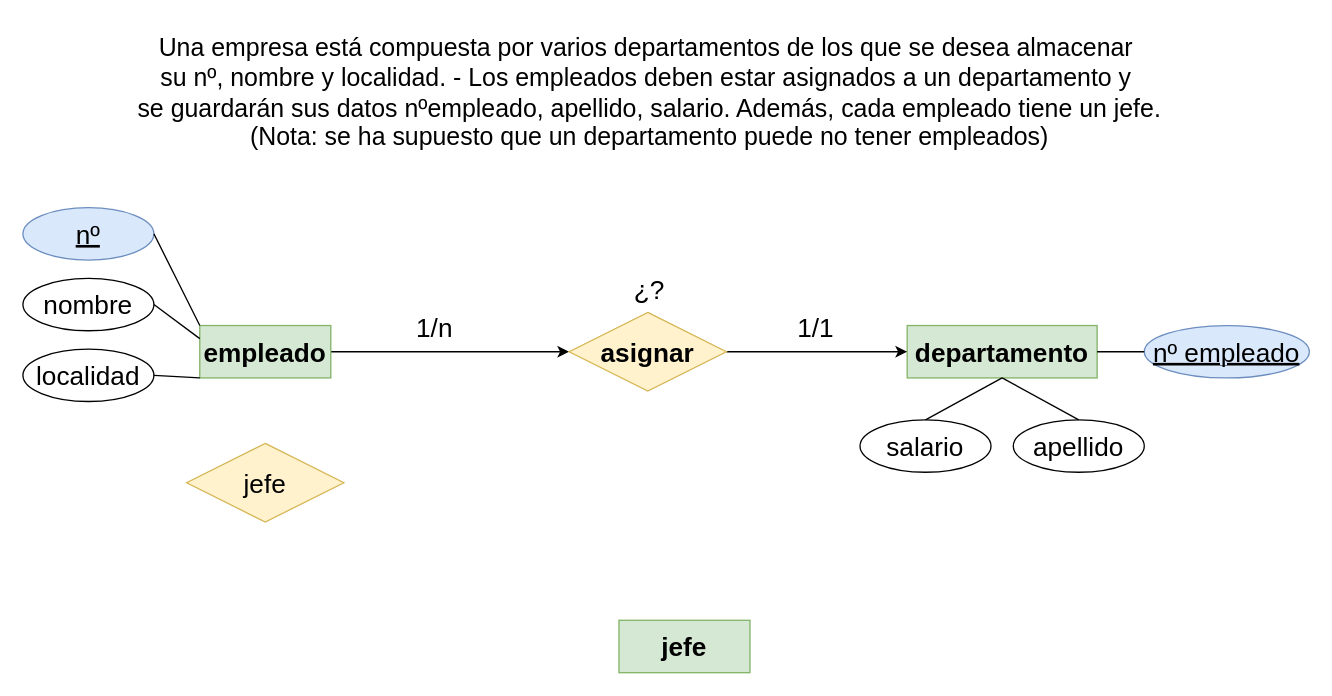
The draw.io diagram page "EJE-6" (6 of 8) of Tareas/Tema 2/Tarea 1/Ejercicio1.drawio in JCarlosAR032/base-de-datos, before the edit. Source tidied: cells renumbered, new cells numbered last; positions are measured from the earlier drawing's top-left corner, leaving out a move shared by most shapes. Both pictures are drawn from the tidied source at 131%, with x=0, y=0 at pixel (22, 22).
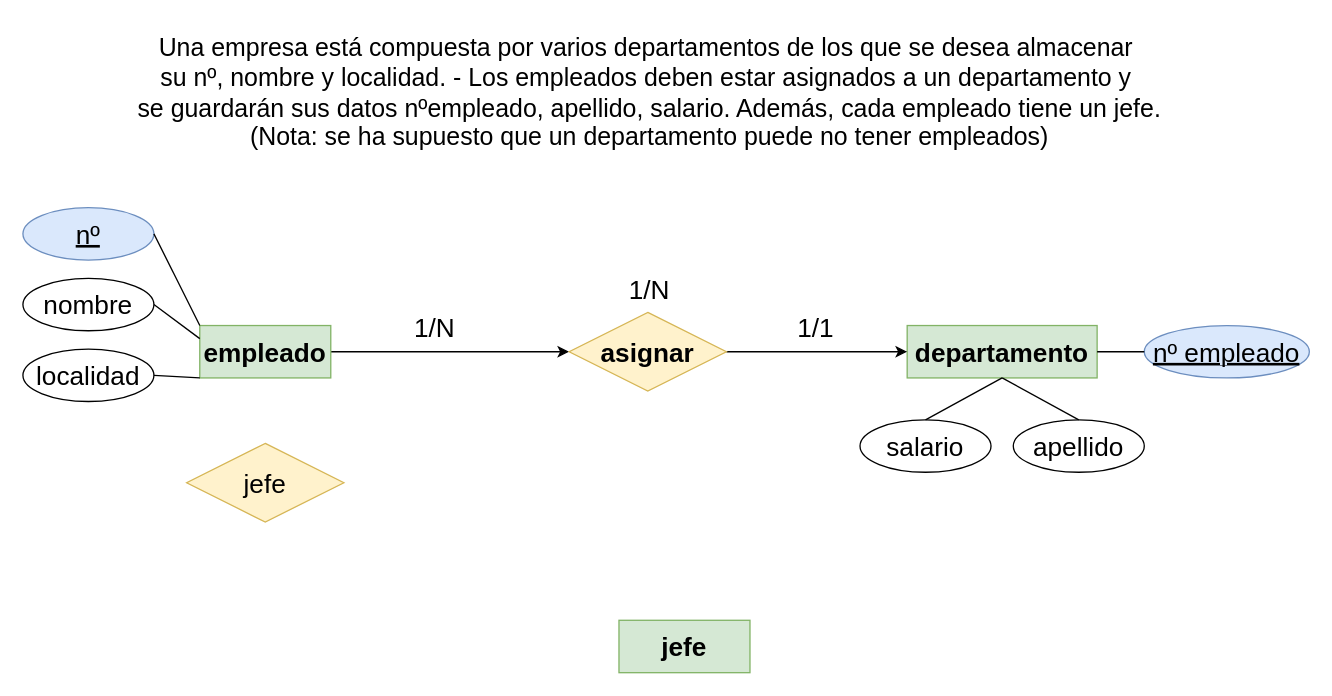
The same diagram, later.

The change refers to these unchanged cells:
```xml
<mxCell id="2" style="edgeStyle=orthogonalEdgeStyle;rounded=0;jettySize=auto;html=1;exitX=1;exitY=0.5;exitDx=0;exitDy=0;entryX=0;entryY=0.5;entryDx=0;entryDy=0;fontSize=20;" parent="1" edge="1" source="4" target="8">
  <mxGeometry relative="1" as="geometry" />
</mxCell>
```

The edit, as a diff of the source:
```diff
@@
-    <mxCell id="3" value="1/n" style="edgeLabel;html=1;align=center;verticalAlign=middle;fontSize=20;" parent="2" vertex="1">
+    <mxCell id="3" value="1/N" style="edgeLabel;html=1;align=center;verticalAlign=middle;fontSize=20;" parent="2" vertex="1">
       <mxGeometry x="-0.14" y="-1" relative="1" as="geometry">
         <mxPoint y="-21" as="offset" />
       </mxGeometry>
     </mxCell>
@@
-    <mxCell id="10" value="¿?" style="text;html=1;align=center;verticalAlign=middle;strokeColor=none;fillColor=none;fontSize=20;" parent="1" vertex="1">
-      <mxGeometry x="455" y="185" width="45" height="36" as="geometry" />
+    <mxCell id="10" value="1/N" style="text;html=1;align=center;verticalAlign=middle;strokeColor=none;fillColor=none;fontSize=20;" parent="1" vertex="1">
+      <mxGeometry x="451" y="185" width="54" height="36" as="geometry" />
     </mxCell>
```
